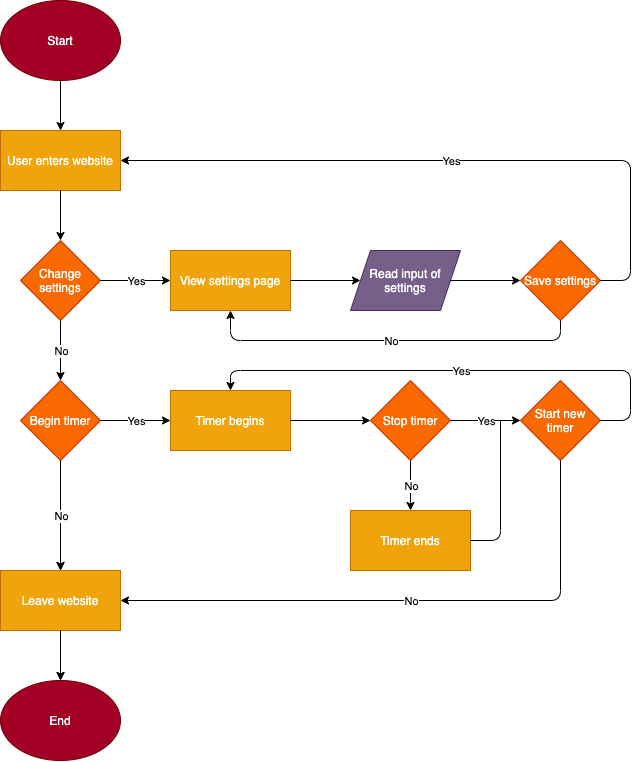
19lmyers/cse110-w21-group14 keeps this draw.io diagram as specs/flowchart.drawio.png. Above is the earlier version. Source tidied: cells renumbered, new cells last; positions are measured from the earlier drawing's top-left corner, leaving out a move shared by most shapes.
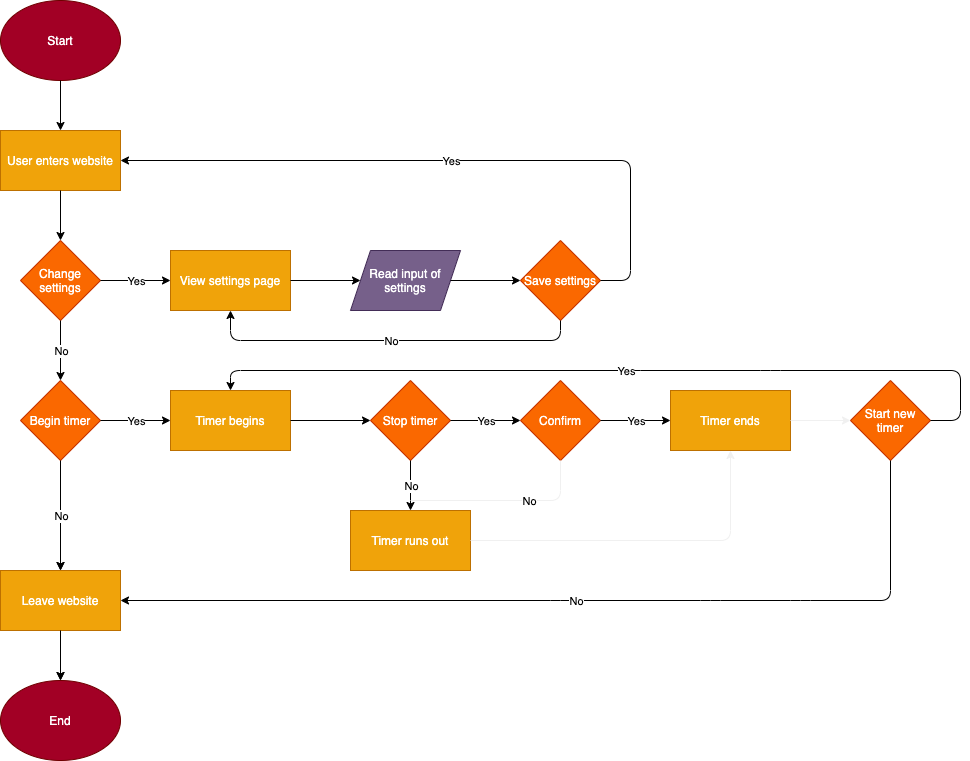
Above is the later version.

Diff of the diagram source:
```diff
@@ -100,11 +100,11 @@
     <mxCell id="30" style="endArrow=classic;html=1;exitX=0.5;exitY=1;exitDx=0;exitDy=0;entryX=0.5;entryY=0;entryDx=0;entryDy=0;" parent="1" edge="1" source="16" target="29">
       <mxGeometry relative="1" as="geometry" />
     </mxCell>
-    <mxCell id="31" value="Timer ends" style="rounded=0;whiteSpace=wrap;html=1;fillColor=#f0a30a;strokeColor=#BD7000;fontColor=#ffffff;" parent="1" vertex="1">
+    <mxCell id="31" value="Timer runs out" style="rounded=0;whiteSpace=wrap;html=1;fillColor=#f0a30a;strokeColor=#BD7000;fontColor=#ffffff;" parent="1" vertex="1">
       <mxGeometry x="350" y="510" width="120" height="60" as="geometry" />
     </mxCell>
     <mxCell id="32" value="Start new timer" style="rhombus;whiteSpace=wrap;html=1;fillColor=#fa6800;strokeColor=#C73500;fontColor=#ffffff;" parent="1" vertex="1">
-      <mxGeometry x="520" y="380" width="80" height="80" as="geometry" />
+      <mxGeometry x="850" y="380" width="80" height="80" as="geometry" />
     </mxCell>
     <mxCell id="33" value="Stop timer" style="rhombus;whiteSpace=wrap;html=1;fillColor=#fa6800;strokeColor=#C73500;fontColor=#ffffff;" parent="1" vertex="1">
       <mxGeometry x="370" y="380" width="80" height="80" as="geometry" />
@@ -112,12 +112,8 @@
     <mxCell id="34" style="endArrow=classic;html=1;exitX=1;exitY=0.5;exitDx=0;exitDy=0;entryX=0;entryY=0.5;entryDx=0;entryDy=0;" parent="1" edge="1" source="6" target="33">
       <mxGeometry relative="1" as="geometry" />
     </mxCell>
-    <mxCell id="35" style="endArrow=classic;html=1;exitX=1;exitY=0.5;exitDx=0;exitDy=0;entryX=0;entryY=0.5;entryDx=0;entryDy=0;" parent="1" edge="1" source="33" target="32">
-      <mxGeometry relative="1" as="geometry">
-        <Array as="points">
-          <mxPoint x="500" y="420" />
-        </Array>
-      </mxGeometry>
+    <mxCell id="35" style="endArrow=classic;html=1;exitX=1;exitY=0.5;exitDx=0;exitDy=0;entryX=0;entryY=0.5;entryDx=0;entryDy=0;" parent="1" edge="1" source="33" target="44">
+      <mxGeometry relative="1" as="geometry" />
     </mxCell>
     <mxCell id="36" value="Yes" style="edgeLabel;html=1;align=center;verticalAlign=middle;" parent="35" vertex="1">
       <mxGeometry relative="1" as="geometry" />
@@ -131,7 +127,9 @@
     <mxCell id="39" style="endArrow=classic;html=1;exitX=1;exitY=0.5;exitDx=0;exitDy=0;entryX=0.5;entryY=0;entryDx=0;entryDy=0;" parent="1" edge="1" source="32" target="6">
       <mxGeometry relative="1" as="geometry">
         <Array as="points">
-          <mxPoint x="630" y="420" />
+          <mxPoint x="960" y="420" />
+          <mxPoint x="960" y="370" />
+          <mxPoint x="770" y="370" />
           <mxPoint x="630" y="370" />
           <mxPoint x="230" y="370" />
         </Array>
@@ -140,17 +138,12 @@
     <mxCell id="40" value="Yes" style="edgeLabel;html=1;align=center;verticalAlign=middle;" parent="39" vertex="1">
       <mxGeometry relative="1" as="geometry" />
     </mxCell>
-    <mxCell id="41" style="endArrow=none;html=1;exitX=1;exitY=0.5;exitDx=0;exitDy=0;" parent="1" edge="1" source="31">
-      <mxGeometry relative="1" as="geometry">
-        <mxPoint x="500" y="420" as="targetPoint" />
-        <Array as="points">
-          <mxPoint x="500" y="540" />
-        </Array>
-      </mxGeometry>
-    </mxCell>
     <mxCell id="42" style="endArrow=classic;html=1;exitX=0.5;exitY=1;exitDx=0;exitDy=0;entryX=1;entryY=0.5;entryDx=0;entryDy=0;" parent="1" edge="1" source="32" target="16">
       <mxGeometry relative="1" as="geometry">
         <Array as="points">
+          <mxPoint x="890" y="600" />
+          <mxPoint x="800" y="600" />
+          <mxPoint x="710" y="600" />
           <mxPoint x="560" y="600" />
         </Array>
       </mxGeometry>
@@ -158,5 +151,38 @@
     <mxCell id="43" value="No" style="edgeLabel;html=1;align=center;verticalAlign=middle;" parent="42" vertex="1">
       <mxGeometry relative="1" as="geometry" />
     </mxCell>
+    <mxCell id="44" value="Confirm" style="rhombus;whiteSpace=wrap;html=1;fillColor=#fa6800;strokeColor=#C73500;fontColor=#ffffff;" parent="1" vertex="1">
+      <mxGeometry x="520" y="380" width="80" height="80" as="geometry" />
+    </mxCell>
+    <mxCell id="45" style="endArrow=classic;html=1;exitX=1;exitY=0.5;exitDx=0;exitDy=0;entryX=0;entryY=0.5;entryDx=0;entryDy=0;" parent="1" edge="1" source="44" target="49">
+      <mxGeometry relative="1" as="geometry" />
+    </mxCell>
+    <mxCell id="46" value="Yes" style="edgeLabel;html=1;align=center;verticalAlign=middle;" parent="45" vertex="1">
+      <mxGeometry relative="1" as="geometry" />
+    </mxCell>
+    <mxCell id="47" style="endArrow=none;html=1;strokeColor=#f0f0f0;entryX=0.5;entryY=1;entryDx=0;entryDy=0;" parent="1" edge="1" target="44">
+      <mxGeometry relative="1" as="geometry">
+        <mxPoint x="410" y="500" as="sourcePoint" />
+        <Array as="points">
+          <mxPoint x="560" y="500" />
+        </Array>
+      </mxGeometry>
+    </mxCell>
+    <mxCell id="48" value="No" style="edgeLabel;html=1;align=center;verticalAlign=middle;" parent="47" vertex="1">
+      <mxGeometry x="0.25" relative="1" as="geometry" />
+    </mxCell>
+    <mxCell id="49" value="Timer ends" style="rounded=0;whiteSpace=wrap;html=1;fillColor=#f0a30a;strokeColor=#BD7000;fontColor=#ffffff;" parent="1" vertex="1">
+      <mxGeometry x="670" y="390" width="120" height="60" as="geometry" />
+    </mxCell>
+    <mxCell id="50" style="endArrow=classic;html=1;strokeColor=#f0f0f0;exitX=1;exitY=0.5;exitDx=0;exitDy=0;entryX=0.5;entryY=1;entryDx=0;entryDy=0;" parent="1" edge="1" source="31" target="49">
+      <mxGeometry relative="1" as="geometry">
+        <Array as="points">
+          <mxPoint x="730" y="540" />
+        </Array>
+      </mxGeometry>
+    </mxCell>
+    <mxCell id="51" style="endArrow=classic;html=1;strokeColor=#f0f0f0;exitX=1;exitY=0.5;exitDx=0;exitDy=0;entryX=0;entryY=0.5;entryDx=0;entryDy=0;" parent="1" edge="1" source="49" target="32">
+      <mxGeometry relative="1" as="geometry" />
+    </mxCell>
   </root>
 </mxGraphModel>
```
